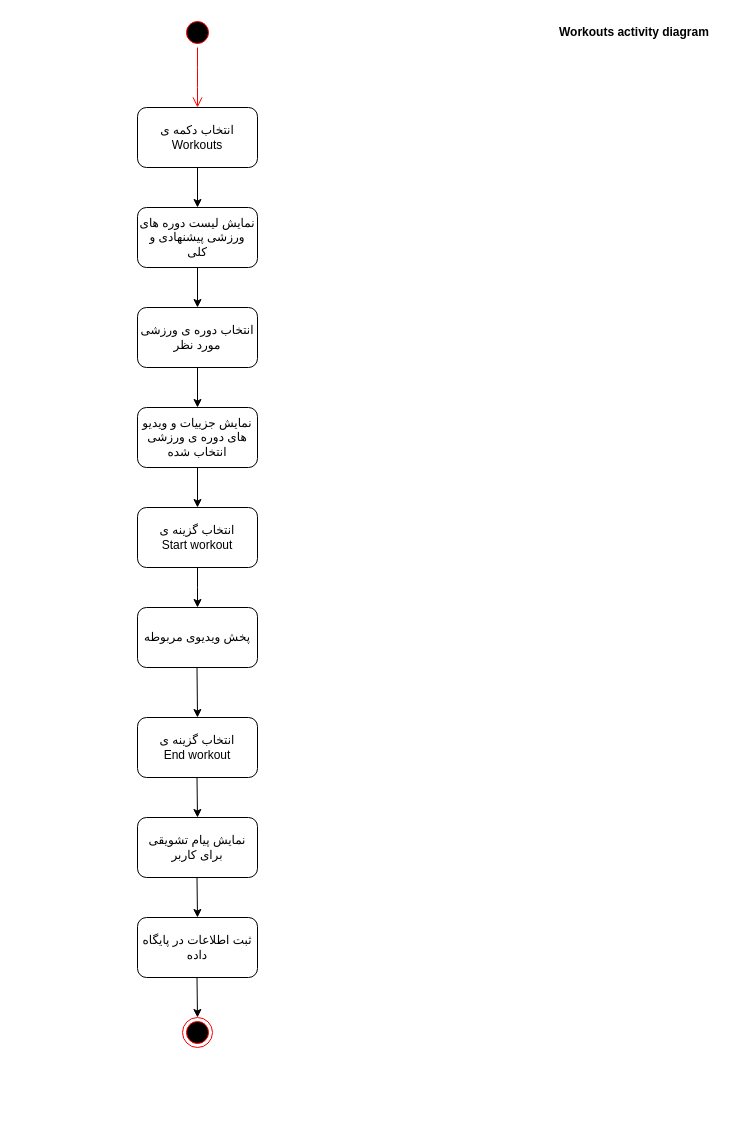
Before: Docs./ActivityDiagram-Workouts.drawio in ShadiMe-flutter/Workout, a draw.io diagram. Source tidied: cells renumbered, new cells numbered last; positions are measured from the earlier drawing's top-left corner, leaving out a move shared by most shapes. Both pictures are drawn from the tidied source at 100%, with x=0, y=0 at pixel (137, 17).
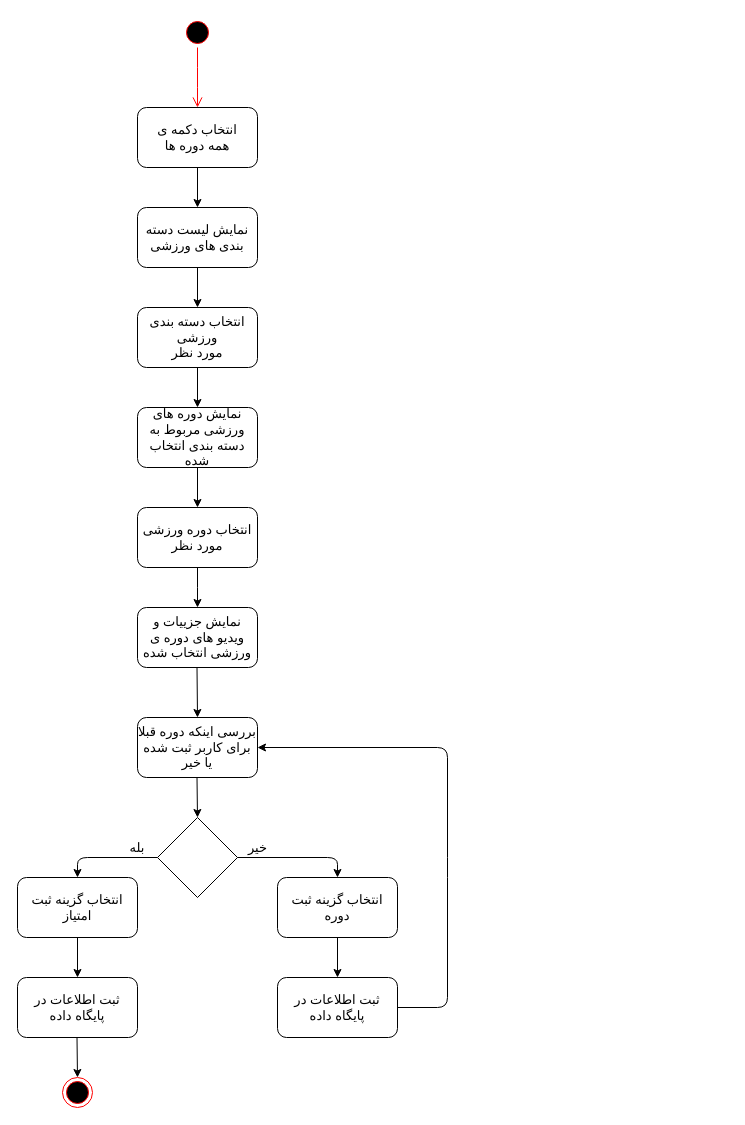
Above is the later version.

Diff of the diagram source:
```diff
@@
-    <mxCell id="3" value="&lt;div&gt;انتخاب دکمه ی &lt;br&gt;&lt;/div&gt;&lt;div&gt;Workouts&lt;br&gt;&lt;/div&gt;" style="rounded=1;whiteSpace=wrap;html=1;" parent="1" vertex="1">
+    <mxCell id="3" value="&lt;div style=&quot;font-size: 13px&quot;&gt;&lt;font face=&quot;B Zar&quot; style=&quot;font-size: 13px&quot;&gt;انتخاب دکمه ی &lt;br&gt;&lt;/font&gt;&lt;/div&gt;&lt;div style=&quot;font-size: 13px&quot;&gt;&lt;font face=&quot;B Zar&quot; style=&quot;font-size: 13px&quot;&gt;همه دوره ها&lt;/font&gt;&lt;br&gt;&lt;/div&gt;" style="rounded=1;whiteSpace=wrap;html=1;" parent="1" vertex="1">
       <mxGeometry y="90" width="120" height="60" as="geometry" />
     </mxCell>
@@
-    <mxCell id="5" value="نمایش لیست دوره های ورزشی پیشنهادی و کلی" style="rounded=1;whiteSpace=wrap;html=1;" parent="1" vertex="1">
+    <mxCell id="5" value="&lt;font face=&quot;B Zar&quot; style=&quot;font-size: 13px&quot;&gt;نمایش لیست دسته بندی های ورزشی&lt;/font&gt;" style="rounded=1;whiteSpace=wrap;html=1;" parent="1" vertex="1">
       <mxGeometry y="190" width="120" height="60" as="geometry" />
     </mxCell>
@@
-    <mxCell id="7" value="&lt;div&gt;انتخاب دوره ی ورزشی &lt;br&gt;&lt;/div&gt;&lt;div&gt;مورد نظر&lt;/div&gt;" style="rounded=1;whiteSpace=wrap;html=1;" parent="1" vertex="1">
+    <mxCell id="7" value="&lt;div style=&quot;font-size: 13px&quot;&gt;&lt;font face=&quot;B Zar&quot; style=&quot;font-size: 13px&quot;&gt;انتخاب دسته بندی ورزشی &lt;br&gt;&lt;/font&gt;&lt;/div&gt;&lt;div style=&quot;font-size: 13px&quot;&gt;&lt;font face=&quot;B Zar&quot; style=&quot;font-size: 13px&quot;&gt;مورد نظر&lt;/font&gt;&lt;/div&gt;" style="rounded=1;whiteSpace=wrap;html=1;" parent="1" vertex="1">
       <mxGeometry y="290" width="120" height="60" as="geometry" />
     </mxCell>
@@
-    <mxCell id="9" value="نمایش جزییات و ویدیو های دوره ی ورزشی انتخاب شده " style="rounded=1;whiteSpace=wrap;html=1;" parent="1" vertex="1">
+    <mxCell id="9" value="&lt;font face=&quot;B Zar&quot; style=&quot;font-size: 13px&quot;&gt;نمایش دوره های ورزشی مربوط به دسته بندی انتخاب شده &lt;/font&gt;" style="rounded=1;whiteSpace=wrap;html=1;" parent="1" vertex="1">
       <mxGeometry y="390" width="120" height="60" as="geometry" />
     </mxCell>
@@
-    <mxCell id="11" value="&lt;div&gt;انتخاب گزینه ی &lt;br&gt;&lt;/div&gt;&lt;div&gt;Start workout&lt;br&gt;&lt;/div&gt;" style="rounded=1;whiteSpace=wrap;html=1;" parent="1" vertex="1">
+    <mxCell id="11" value="&lt;div&gt;&lt;font style=&quot;font-size: 13px&quot; face=&quot;B Zar&quot;&gt;انتخاب دوره ورزشی مورد نظر&lt;/font&gt;&lt;/div&gt;" style="rounded=1;whiteSpace=wrap;html=1;" parent="1" vertex="1">
       <mxGeometry y="490" width="120" height="60" as="geometry" />
     </mxCell>
@@
     <mxCell id="14" style="ellipse;html=1;shape=endState;fillColor=#000000;strokeColor=#ff0000;" parent="1" vertex="1">
-      <mxGeometry x="45" y="1000" width="30" height="30" as="geometry" />
+      <mxGeometry x="-75" y="1060" width="30" height="30" as="geometry" />
     </mxCell>
-    <mxCell id="15" value="&lt;b&gt;Workouts activity diagram&lt;/b&gt;" style="text;html=1;align=left;verticalAlign=top;spacingTop=-4;" parent="1" vertex="1">
-      <mxGeometry x="420" y="5" width="170" height="20" as="geometry" />
-    </mxCell>
-    <mxCell id="16" value="ثبت اطلاعات در پایگاه داده" style="rounded=1;whiteSpace=wrap;html=1;" parent="1" vertex="1">
-      <mxGeometry y="900" width="120" height="60" as="geometry" />
+    <mxCell id="16" value="&lt;font style=&quot;font-size: 13px&quot; face=&quot;B Zar&quot;&gt;ثبت اطلاعات در پایگاه داده&lt;/font&gt;" style="rounded=1;whiteSpace=wrap;html=1;" parent="1" vertex="1">
+      <mxGeometry x="-120" y="960" width="120" height="60" as="geometry" />
     </mxCell>
     <mxCell id="17" style="endArrow=classic;html=1;" parent="1" edge="1">
       <mxGeometry relative="1" as="geometry">
-        <mxPoint x="59.5" y="960" as="sourcePoint" />
-        <mxPoint x="60" y="1000" as="targetPoint" />
+        <mxPoint x="-60.5" y="1020" as="sourcePoint" />
+        <mxPoint x="-60" y="1060" as="targetPoint" />
       </mxGeometry>
     </mxCell>
-    <mxCell id="18" value="&lt;div&gt;انتخاب گزینه ی &lt;br&gt;&lt;/div&gt;&lt;div&gt;End workout&lt;br&gt;&lt;/div&gt;" style="rounded=1;whiteSpace=wrap;html=1;" parent="1" vertex="1">
+    <mxCell id="18" value="&lt;div&gt;&lt;font face=&quot;B Zar&quot; style=&quot;font-size: 13px&quot;&gt;بررسی اینکه دوره قبلا برای کاربر ثبت شده یا خیر&lt;/font&gt;&lt;/div&gt;" style="rounded=1;whiteSpace=wrap;html=1;" parent="1" vertex="1">
       <mxGeometry y="700" width="120" height="60" as="geometry" />
     </mxCell>
-    <mxCell id="19" value="نمایش پیام تشویقی برای کاربر" style="rounded=1;whiteSpace=wrap;html=1;" parent="1" vertex="1">
-      <mxGeometry y="800" width="120" height="60" as="geometry" />
+    <mxCell id="19" value="&lt;font face=&quot;B Zar&quot; style=&quot;font-size: 13px&quot;&gt;انتخاب گزینه ثبت امتیاز&lt;/font&gt;" style="rounded=1;whiteSpace=wrap;html=1;" parent="1" vertex="1">
+      <mxGeometry x="-120" y="860" width="120" height="60" as="geometry" />
     </mxCell>
@@
-    <mxCell id="21" style="endArrow=classic;html=1;" parent="1" edge="1">
-      <mxGeometry relative="1" as="geometry">
-        <mxPoint x="59.5" y="860" as="sourcePoint" />
-        <mxPoint x="60" y="900" as="targetPoint" />
-      </mxGeometry>
-    </mxCell>
-    <mxCell id="22" value="پخش ویدیوی مربوطه" style="rounded=1;whiteSpace=wrap;html=1;" parent="1" vertex="1">
+    <mxCell id="22" value="&lt;font face=&quot;B Zar&quot; style=&quot;font-size: 13px&quot;&gt;نمایش جزییات و ویدیو های دوره ی ورزشی انتخاب شده&lt;/font&gt;" style="rounded=1;whiteSpace=wrap;html=1;" parent="1" vertex="1">
       <mxGeometry y="590" width="120" height="60" as="geometry" />
     </mxCell>
@@
+    <mxCell id="24" style="rhombus;whiteSpace=wrap;html=1;" parent="1" vertex="1">
+      <mxGeometry x="20" y="800" width="80" height="80" as="geometry" />
+    </mxCell>
+    <mxCell id="25" value="&lt;font face=&quot;B Zar&quot; style=&quot;font-size: 13px&quot;&gt;ثبت اطلاعات در پایگاه داده&lt;/font&gt;" style="rounded=1;whiteSpace=wrap;html=1;" parent="1" vertex="1">
+      <mxGeometry x="140" y="960" width="120" height="60" as="geometry" />
+    </mxCell>
+    <mxCell id="26" style="endArrow=classic;html=1;exitX=1;exitY=0.5;exitDx=0;exitDy=0;entryX=1;entryY=0.5;entryDx=0;entryDy=0;" parent="1" edge="1" source="25" target="18">
+      <mxGeometry relative="1" as="geometry">
+        <Array as="points">
+          <mxPoint x="310" y="990" />
+          <mxPoint x="310" y="850" />
+          <mxPoint x="310" y="730" />
+        </Array>
+      </mxGeometry>
+    </mxCell>
+    <mxCell id="27" value="&lt;font face=&quot;B Zar&quot; style=&quot;font-size: 13px&quot;&gt;انتخاب گزینه ثبت دوره&lt;/font&gt;" style="rounded=1;whiteSpace=wrap;html=1;" parent="1" vertex="1">
+      <mxGeometry x="140" y="860" width="120" height="60" as="geometry" />
+    </mxCell>
+    <mxCell id="28" style="endArrow=classic;html=1;entryX=0.5;entryY=0;entryDx=0;entryDy=0;exitX=0.5;exitY=1;exitDx=0;exitDy=0;" parent="1" edge="1" source="27" target="25">
+      <mxGeometry relative="1" as="geometry" />
+    </mxCell>
+    <mxCell id="29" style="endArrow=classic;html=1;exitX=1;exitY=0.5;exitDx=0;exitDy=0;entryX=0.5;entryY=0;entryDx=0;entryDy=0;" parent="1" edge="1" source="24" target="27">
+      <mxGeometry relative="1" as="geometry">
+        <Array as="points">
+          <mxPoint x="200" y="840" />
+        </Array>
+      </mxGeometry>
+    </mxCell>
+    <mxCell id="30" style="endArrow=classic;html=1;entryX=0.5;entryY=0;entryDx=0;entryDy=0;" parent="1" edge="1" target="19">
+      <mxGeometry relative="1" as="geometry">
+        <mxPoint x="20" y="840" as="sourcePoint" />
+        <Array as="points">
+          <mxPoint x="-60" y="840" />
+        </Array>
+      </mxGeometry>
+    </mxCell>
+    <mxCell id="31" style="endArrow=classic;html=1;exitX=0.5;exitY=1;exitDx=0;exitDy=0;entryX=0.5;entryY=0;entryDx=0;entryDy=0;" parent="1" edge="1" source="19" target="16">
+      <mxGeometry relative="1" as="geometry" />
+    </mxCell>
+    <mxCell id="32" value="&lt;font face=&quot;B Zar&quot; style=&quot;font-size: 13px&quot;&gt;بله&lt;/font&gt;" style="text;html=1;strokeColor=none;fillColor=none;align=center;verticalAlign=middle;whiteSpace=wrap;rounded=0;" parent="1" vertex="1">
+      <mxGeometry x="-20" y="820" width="40" height="20" as="geometry" />
+    </mxCell>
+    <mxCell id="33" value="&lt;font face=&quot;B Zar&quot; style=&quot;font-size: 13px&quot;&gt;خیر&lt;/font&gt;" style="text;html=1;align=center;verticalAlign=middle;strokeColor=none;" parent="1" vertex="1">
+      <mxGeometry x="105" y="820" width="30" height="20" as="geometry" />
+    </mxCell>
```
